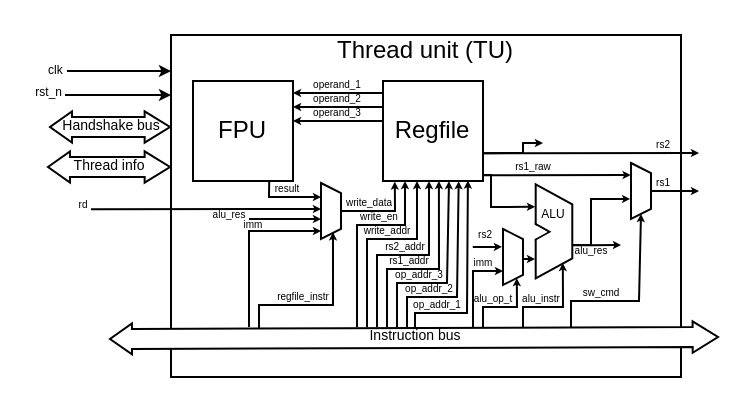
Earlier version of the draw.io diagram docs/starukhin_dissertation/images/svg/thread_structure.drawio (HaMeNopeDiot/hardware_gpu). Source tidied: cells renumbered, new cells numbered last; positions are measured from the earlier drawing's top-left corner, leaving out a move shared by most shapes. Both pictures are drawn from the tidied source at 200%, with x=0, y=0 at pixel (46, 34).
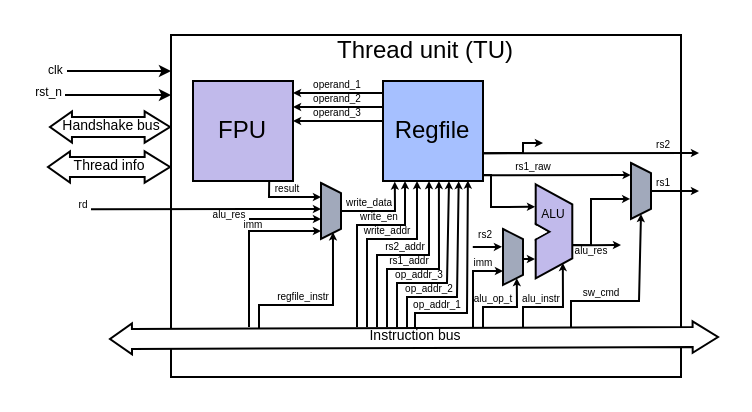
Above is the later version.

The change refers to these unchanged cells:
```xml
<mxCell id="10" style="group;labelPosition=center;verticalLabelPosition=top;align=center;verticalAlign=bottom;rotation=90;" parent="1" vertex="1">
  <mxGeometry x="230" y="89" width="47" height="19" as="geometry" />
</mxCell>
```

What changed in the source:
```diff
@@
-    <mxCell id="3" value="&lt;span style=&quot;&quot;&gt;&lt;font style=&quot;&quot;&gt;FPU&lt;/font&gt;&lt;/span&gt;" style="whiteSpace=wrap;html=1;fillColor=light-dark(#FFFFFF,#FFFFFF);strokeColor=light-dark(#000000,#000000);fontColor=#000000;labelBackgroundColor=none;" parent="1" vertex="1">
+    <mxCell id="3" value="&lt;span style=&quot;&quot;&gt;&lt;font style=&quot;&quot;&gt;FPU&lt;/font&gt;&lt;/span&gt;" style="whiteSpace=wrap;html=1;fillColor=light-dark(#C1BAEB,#FFFFFF);strokeColor=light-dark(#000000,#000000);fontColor=#000000;labelBackgroundColor=none;" parent="1" vertex="1">
       <mxGeometry x="73" y="23" width="50" height="50" as="geometry" />
     </mxCell>
-    <mxCell id="4" value="&lt;span style=&quot;&quot;&gt;&lt;font style=&quot;&quot;&gt;Regfile&lt;/font&gt;&lt;/span&gt;" style="whiteSpace=wrap;html=1;fillColor=light-dark(#FFFFFF,#FFFFFF);strokeColor=light-dark(#000000,#000000);fontColor=#000000;labelBackgroundColor=none;" parent="1" vertex="1">
+    <mxCell id="4" value="&lt;span style=&quot;&quot;&gt;&lt;font style=&quot;&quot;&gt;Regfile&lt;/font&gt;&lt;/span&gt;" style="whiteSpace=wrap;html=1;fillColor=light-dark(#A6C0FF,#FFFFFF);strokeColor=light-dark(#000000,#000000);fontColor=#000000;labelBackgroundColor=none;" parent="1" vertex="1">
       <mxGeometry x="168" y="23" width="50" height="50" as="geometry" />
     </mxCell>
@@
-    <mxCell id="11" style="shape=trapezoid;perimeter=trapezoidPerimeter;whiteSpace=wrap;html=1;fixedSize=1;fillColor=light-dark(#FFFFFF,#FFFFFF);strokeColor=light-dark(#000000,#000000);size=10;labelPosition=center;verticalLabelPosition=top;align=center;verticalAlign=bottom;spacing=-11;rotation=90;" parent="10" vertex="1">
+    <mxCell id="11" style="shape=trapezoid;perimeter=trapezoidPerimeter;whiteSpace=wrap;html=1;fixedSize=1;fillColor=#C1BAEB;strokeColor=light-dark(#000000,#000000);size=10;labelPosition=center;verticalLabelPosition=top;align=center;verticalAlign=bottom;spacing=-11;rotation=90;" parent="10" vertex="1">
       <mxGeometry width="47" height="18.3" as="geometry" />
     </mxCell>
@@
-    <mxCell id="21" style="shape=trapezoid;perimeter=trapezoidPerimeter;whiteSpace=wrap;html=1;fixedSize=1;labelBackgroundColor=none;fontColor=light-dark(#000000,#000000);strokeColor=light-dark(#000000,#000000);fillColor=light-dark(#FFFFFF,#FFFFFF);size=5;direction=south;" parent="1" vertex="1">
+    <mxCell id="21" style="shape=trapezoid;perimeter=trapezoidPerimeter;whiteSpace=wrap;html=1;fixedSize=1;labelBackgroundColor=none;fontColor=light-dark(#000000,#000000);strokeColor=light-dark(#000000,#000000);fillColor=light-dark(#A1A9BB,#FFFFFF);size=5;direction=south;" parent="1" vertex="1">
       <mxGeometry x="137" y="74" width="10" height="28" as="geometry" />
     </mxCell>
@@
-    <mxCell id="30" style="shape=trapezoid;perimeter=trapezoidPerimeter;whiteSpace=wrap;html=1;fixedSize=1;labelBackgroundColor=none;fontColor=light-dark(#000000,#000000);strokeColor=light-dark(#000000,#000000);fillColor=light-dark(#FFFFFF,#FFFFFF);size=5;direction=south;" parent="1" vertex="1">
+    <mxCell id="30" style="shape=trapezoid;perimeter=trapezoidPerimeter;whiteSpace=wrap;html=1;fixedSize=1;labelBackgroundColor=none;fontColor=light-dark(#000000,#000000);strokeColor=light-dark(#000000,#000000);fillColor=light-dark(#A1A9BB,#FFFFFF);size=5;direction=south;" parent="1" vertex="1">
       <mxGeometry x="292" y="64" width="10" height="28" as="geometry" />
     </mxCell>
@@
-    <mxCell id="43" style="shape=trapezoid;perimeter=trapezoidPerimeter;whiteSpace=wrap;html=1;fixedSize=1;labelBackgroundColor=none;fontColor=light-dark(#000000,#000000);strokeColor=light-dark(#000000,#000000);fillColor=light-dark(#FFFFFF,#FFFFFF);size=5;direction=south;" parent="1" vertex="1">
+    <mxCell id="43" style="shape=trapezoid;perimeter=trapezoidPerimeter;whiteSpace=wrap;html=1;fixedSize=1;labelBackgroundColor=none;fontColor=light-dark(#000000,#000000);strokeColor=light-dark(#000000,#000000);fillColor=light-dark(#A1A9BB,#FFFFFF);size=5;direction=south;" parent="1" vertex="1">
       <mxGeometry x="228" y="97" width="10" height="28" as="geometry" />
     </mxCell>
```
